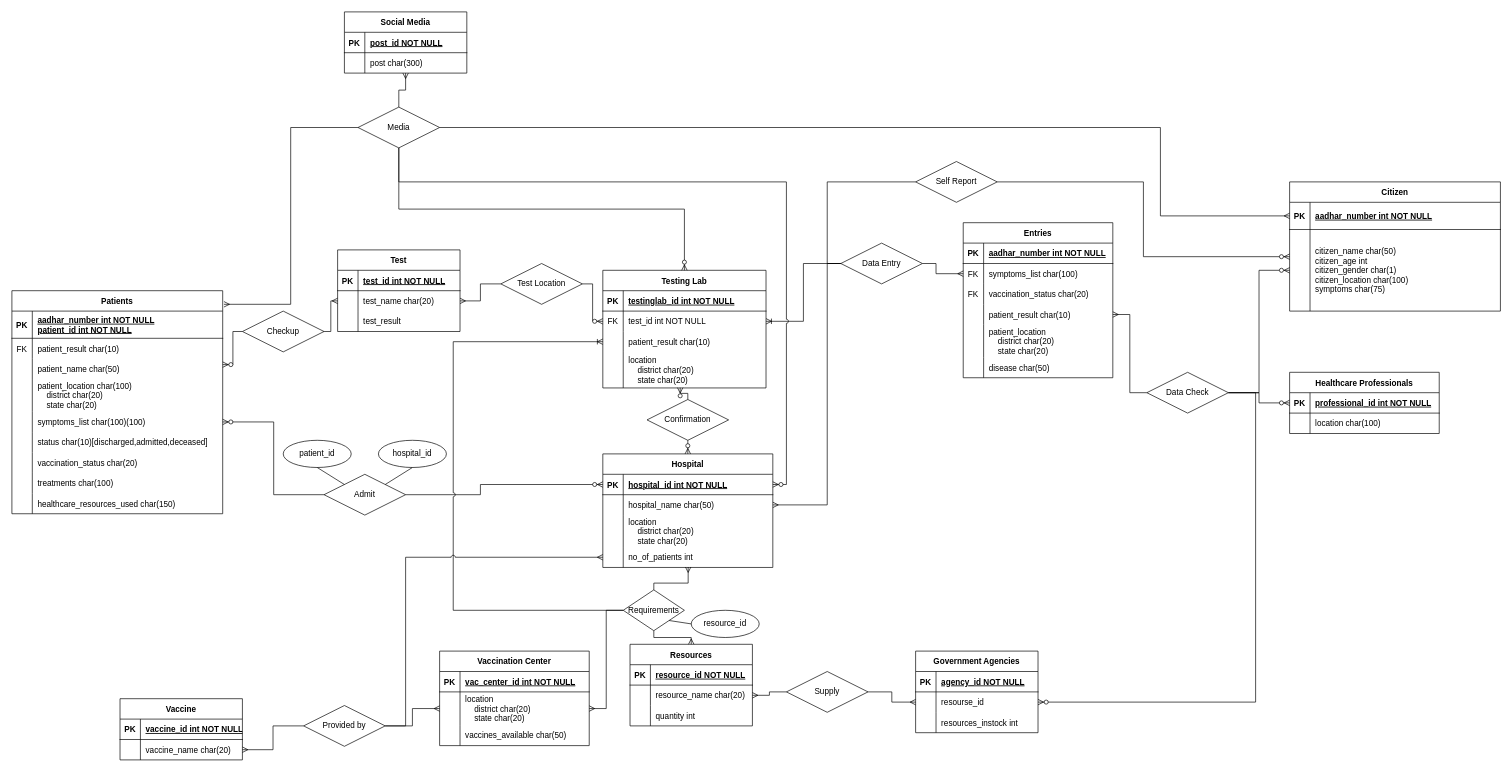
This is Untitled Diagram.drawio from nithishnani-277/DBMS_LAB, a draw.io file, before an edit. Source tidied: cells renumbered, new cells numbered last; positions are measured from the earlier drawing's top-left corner, leaving out a move shared by most shapes. Both pictures are drawn from the tidied source at 68%, with x=0, y=0 at pixel (12, 12).
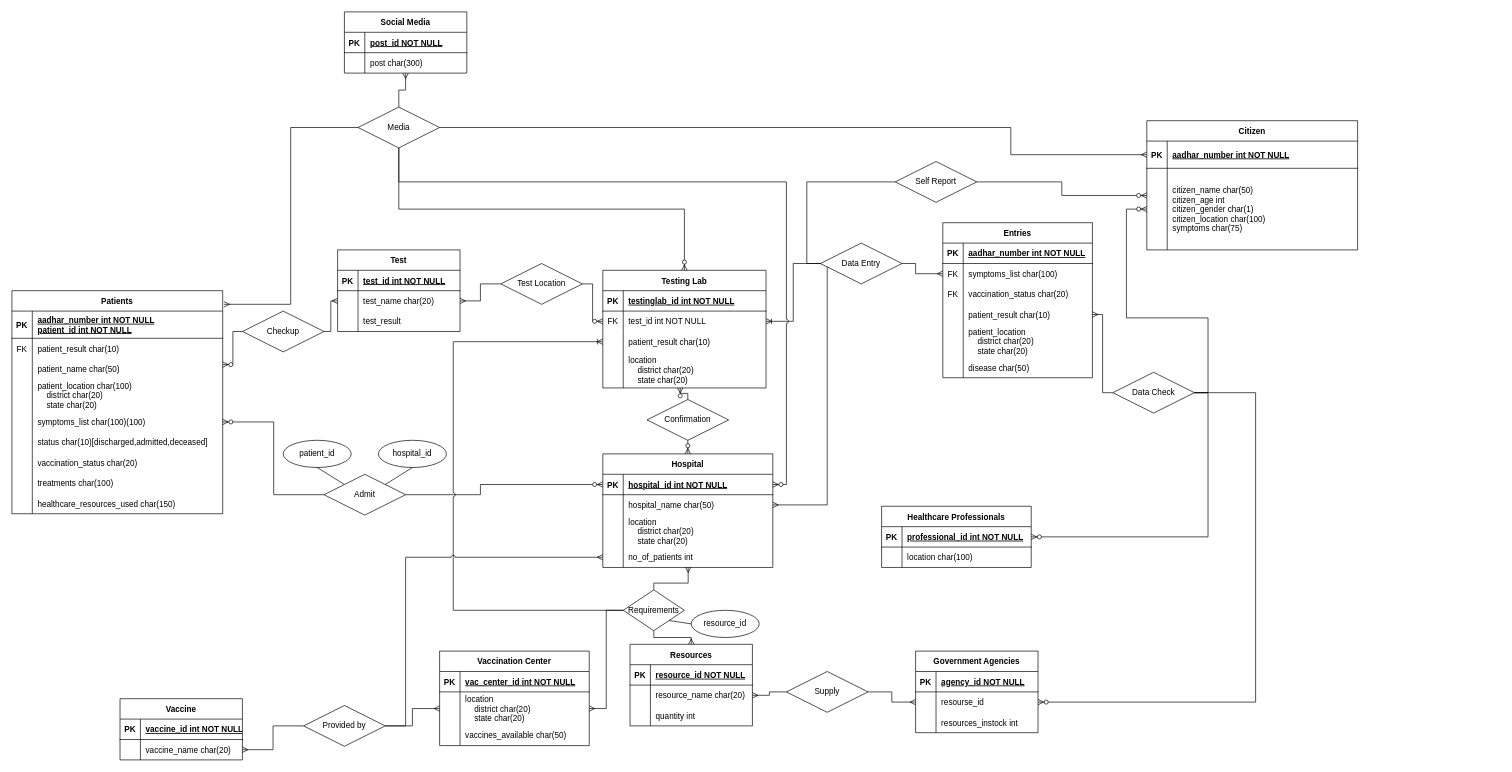
After the change.

Unchanged cells that the change refers to:
```xml
<mxCell id="44" style="shape=partialRectangle;fillColor=none;points=[[0,0.5],[1,0.5]];portConstraint=eastwest;top=0;left=0;right=0;bottom=1;" parent="43" vertex="1">
  <mxGeometry y="30" width="310" height="40" as="geometry" />
</mxCell>
<mxCell id="47" style="shape=partialRectangle;fillColor=none;points=[[0,0.5],[1,0.5]];portConstraint=eastwest;top=0;left=0;right=0;bottom=0;" parent="43" vertex="1">
  <mxGeometry y="70" width="310" height="120" as="geometry" />
</mxCell>
<mxCell id="113" value="Media" style="shape=rhombus;perimeter=rhombusPerimeter;whiteSpace=wrap;html=1;align=center;" parent="1" vertex="1">
  <mxGeometry x="509" y="140" width="120" height="60" as="geometry" />
</mxCell>
<mxCell id="132" style="shape=tableRow;horizontal=0;startSize=0;swimlaneHead=0;swimlaneBody=0;fillColor=none;points=[[0,0.5],[1,0.5]];portConstraint=eastwest;top=0;left=0;right=0;bottom=0;" parent="128" vertex="1">
  <mxGeometry y="60" width="220" height="30" as="geometry" />
</mxCell>
<mxCell id="156" style="shape=tableRow;horizontal=0;startSize=0;swimlaneHead=0;swimlaneBody=0;fillColor=none;points=[[0,0.5],[1,0.5]];portConstraint=eastwest;top=0;left=0;right=0;bottom=1;" parent="155" vertex="1">
  <mxGeometry y="30" width="220" height="30" as="geometry" />
</mxCell>
```

What changed in the source:
```diff
@@
     <mxCell id="43" value="Citizen" style="shape=table;startSize=30;childLayout=tableLayout;rowLines=0;fontStyle=1;align=center;" parent="1" vertex="1">
-      <mxGeometry x="1879" y="250" width="310" height="190" as="geometry" />
+      <mxGeometry x="1669" y="160" width="310" height="190" as="geometry" />
     </mxCell>
@@
     <mxCell id="115" style="edgeStyle=elbowEdgeStyle;fontSize=12;html=1;endArrow=ERmany;rounded=0;jumpStyle=arc;entryX=0;entryY=0.5;entryDx=0;entryDy=0;exitX=1;exitY=0.5;exitDx=0;exitDy=0;" parent="1" edge="1" source="113" target="44">
       <mxGeometry relative="1" as="geometry">
         <Array as="points">
-          <mxPoint x="1689" y="230" />
           <mxPoint x="1469" y="200" />
         </Array>
       </mxGeometry>
     </mxCell>
@@
     <mxCell id="128" value="Entries" style="shape=table;startSize=30;childLayout=tableLayout;rowLines=0;fontStyle=1;align=center;" parent="1" vertex="1">
-      <mxGeometry x="1399" y="310" width="220" height="228" as="geometry" />
+      <mxGeometry x="1369" y="310" width="220" height="228" as="geometry" />
     </mxCell>
@@
     <mxCell id="147" value="Data Entry" style="shape=rhombus;perimeter=rhombusPerimeter;whiteSpace=wrap;html=1;align=center;" parent="1" vertex="1">
-      <mxGeometry x="1219" y="340" width="120" height="60" as="geometry" />
+      <mxGeometry x="1189" y="340" width="120" height="60" as="geometry" />
     </mxCell>
     <mxCell id="148" style="fontSize=12;html=1;endArrow=ERmany;rounded=0;jumpStyle=arc;entryX=0;entryY=0.5;entryDx=0;entryDy=0;exitX=1;exitY=0.5;exitDx=0;exitDy=0;elbow=vertical;" parent="1" edge="1" source="147" target="132">
       <mxGeometry relative="1" as="geometry">
         <Array as="points">
-          <mxPoint x="1359" y="370" />
-          <mxPoint x="1359" y="385" />
+          <mxPoint x="1329" y="370" />
+          <mxPoint x="1329" y="385" />
         </Array>
       </mxGeometry>
     </mxCell>
@@
     <mxCell id="152" value="Data Check" style="shape=rhombus;perimeter=rhombusPerimeter;whiteSpace=wrap;html=1;align=center;" parent="1" vertex="1">
-      <mxGeometry x="1669" y="530" width="120" height="60" as="geometry" />
+      <mxGeometry x="1619" y="530" width="120" height="60" as="geometry" />
     </mxCell>
@@
-    <mxCell id="154" style="edgeStyle=elbowEdgeStyle;fontSize=12;html=1;endArrow=ERzeroToMany;endFill=1;rounded=0;exitX=1;exitY=0.5;exitDx=0;exitDy=0;entryX=0;entryY=0.5;entryDx=0;entryDy=0;" parent="1" edge="1" source="152" target="47">
-      <mxGeometry relative="1" as="geometry" />
+    <mxCell id="154" style="fontSize=12;html=1;endArrow=ERzeroToMany;endFill=1;rounded=0;exitX=1;exitY=0.5;exitDx=0;exitDy=0;entryX=0;entryY=0.5;entryDx=0;entryDy=0;" parent="1" edge="1" source="152" target="47">
+      <mxGeometry relative="1" as="geometry">
+        <Array as="points">
+          <mxPoint x="1759" y="560" />
+          <mxPoint x="1759" y="450" />
+          <mxPoint x="1639" y="450" />
+          <mxPoint x="1639" y="290" />
+        </Array>
+      </mxGeometry>
     </mxCell>
     <mxCell id="155" value="Healthcare Professionals" style="shape=table;startSize=30;childLayout=tableLayout;rowLines=0;fontStyle=1;align=center;" parent="1" vertex="1">
-      <mxGeometry x="1879" y="530" width="220" height="90" as="geometry" />
+      <mxGeometry x="1279" y="727" width="220" height="90" as="geometry" />
     </mxCell>
@@
-    <mxCell id="164" style="edgeStyle=elbowEdgeStyle;fontSize=12;html=1;endArrow=ERzeroToMany;endFill=1;rounded=0;entryX=0;entryY=0.5;entryDx=0;entryDy=0;" parent="1" edge="1" target="156">
+    <mxCell id="164" style="edgeStyle=elbowEdgeStyle;fontSize=12;html=1;endArrow=ERzeroToMany;endFill=1;rounded=0;entryX=1;entryY=0.5;entryDx=0;entryDy=0;" parent="1" edge="1" target="156">
       <mxGeometry relative="1" as="geometry">
-        <mxPoint x="1789" y="560" as="sourcePoint" />
+        <mxPoint x="1739" y="560" as="sourcePoint" />
+        <Array as="points">
+          <mxPoint x="1759" y="670" />
+        </Array>
       </mxGeometry>
     </mxCell>
     <mxCell id="165" value="Self Report" style="shape=rhombus;perimeter=rhombusPerimeter;whiteSpace=wrap;html=1;align=center;" parent="1" vertex="1">
-      <mxGeometry x="1329" y="220" width="120" height="60" as="geometry" />
+      <mxGeometry x="1299" y="220" width="120" height="60" as="geometry" />
     </mxCell>
@@
     <mxCell id="167" style="endArrow=none;html=1;rounded=0;elbow=vertical;jumpStyle=arc;exitX=0;exitY=0.5;exitDx=0;exitDy=0;entryX=0;entryY=0.5;entryDx=0;entryDy=0;" parent="1" edge="1" source="165" target="147">
       <mxGeometry relative="1" as="geometry">
         <Array as="points">
-          <mxPoint x="1199" y="250" />
-          <mxPoint x="1199" y="370" />
+          <mxPoint x="1169" y="250" />
+          <mxPoint x="1169" y="370" />
         </Array>
       </mxGeometry>
     </mxCell>
```
